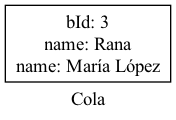
Above: Proyecto1/reports/queue.png in marcosbondel/IPC2_ProyectoVD2024_202202410 (Graphviz), before the change. Its source is kept beside it as Proyecto1/dot_reports/queue.dot.
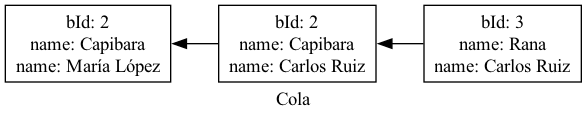
After the commit.

The edit, as a diff of the source:
```diff
@@ -2,5 +2,9 @@
             rankdir="RL";
             label="Cola";
             node[shape=box];
-        nodo0[label="bId: 3\nname: Rana\nname: María López\n"];
+        nodo0[label="bId: 3\nname: Rana\nname: Carlos Ruiz\n"];
+nodo1[label="bId: 2\nname: Capibara\nname: Carlos Ruiz\n"];
+nodo2[label="bId: 2\nname: Capibara\nname: María López\n"];
+nodo0 -> nodo1;
+nodo1 -> nodo2;
 }
```
